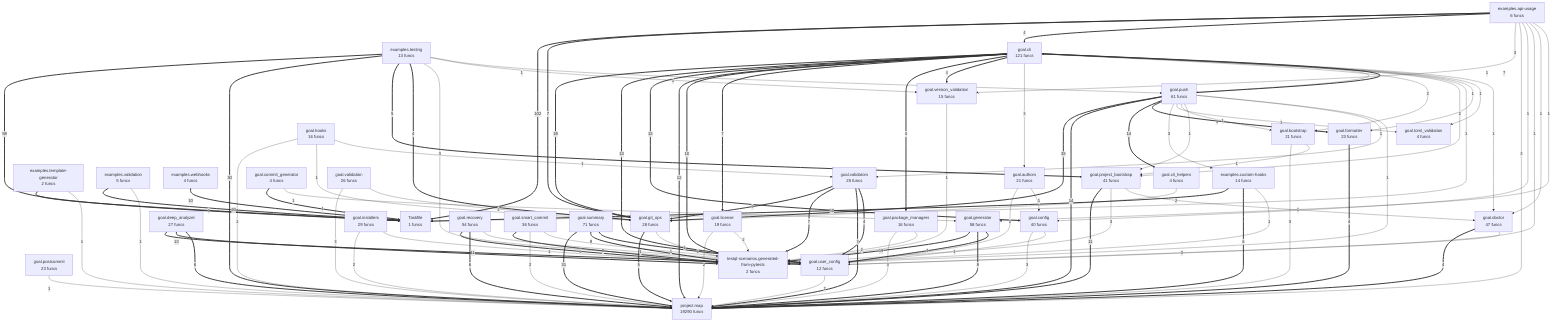
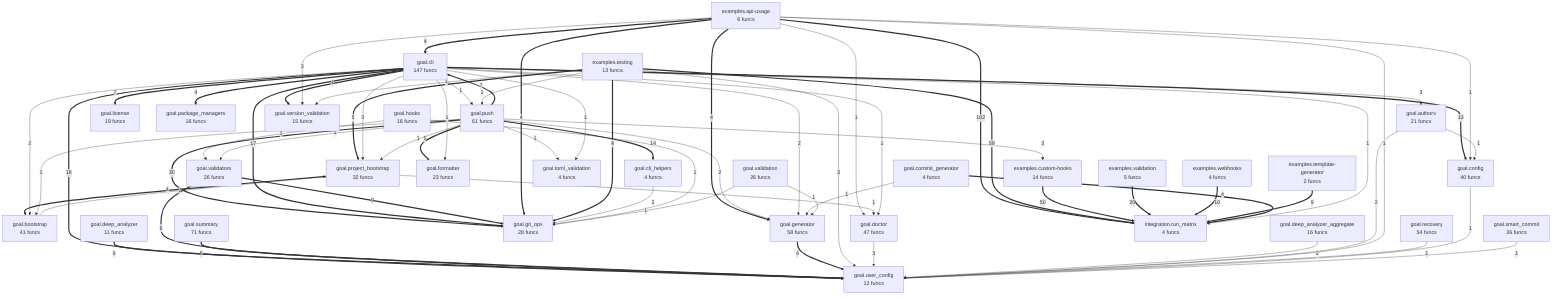
flowchart TD
-     Taskfile["Taskfile<br/>1 funcs"]
+ %% generated in 0.02s
    examples__api_usage["examples.api-usage<br/>6 funcs"]
    examples__custom_hooks["examples.custom-hooks<br/>14 funcs"]
    examples__template_generator["examples.template-generator<br/>2 funcs"]
    examples__testing["examples.testing<br/>13 funcs"]
    examples__validation["examples.validation<br/>5 funcs"]
    examples__webhooks["examples.webhooks<br/>4 funcs"]
    goal__authors["goal.authors<br/>21 funcs"]
-     goal__bootstrap["goal.bootstrap<br/>21 funcs"]
-     goal__cli["goal.cli<br/>121 funcs"]
+     goal__bootstrap["goal.bootstrap<br/>41 funcs"]
+     goal__cli["goal.cli<br/>147 funcs"]
    goal__cli_helpers["goal.cli_helpers<br/>4 funcs"]
    goal__commit_generator["goal.commit_generator<br/>4 funcs"]
    goal__config["goal.config<br/>40 funcs"]
-     goal__deep_analyzer["goal.deep_analyzer<br/>27 funcs"]
+     goal__deep_analyzer["goal.deep_analyzer<br/>11 funcs"]
+     goal__deep_analyzer_aggregate["goal.deep_analyzer_aggregate<br/>16 funcs"]
    goal__doctor["goal.doctor<br/>47 funcs"]
    goal__formatter["goal.formatter<br/>23 funcs"]
    goal__generator["goal.generator<br/>58 funcs"]
    goal__git_ops["goal.git_ops<br/>28 funcs"]
    goal__hooks["goal.hooks<br/>16 funcs"]
-     goal__installers["goal.installers<br/>29 funcs"]
    goal__license["goal.license<br/>19 funcs"]
    goal__package_managers["goal.package_managers<br/>16 funcs"]
-     goal__postcommit["goal.postcommit<br/>23 funcs"]
-     goal__project_bootstrap["goal.project_bootstrap<br/>41 funcs"]
+     goal__project_bootstrap["goal.project_bootstrap<br/>32 funcs"]
    goal__push["goal.push<br/>61 funcs"]
    goal__recovery["goal.recovery<br/>54 funcs"]
    goal__smart_commit["goal.smart_commit<br/>36 funcs"]
    goal__summary["goal.summary<br/>71 funcs"]
    goal__toml_validation["goal.toml_validation<br/>4 funcs"]
    goal__user_config["goal.user_config<br/>12 funcs"]
    goal__validation["goal.validation<br/>26 funcs"]
-     goal__validators["goal.validators<br/>25 funcs"]
+     goal__validators["goal.validators<br/>26 funcs"]
    goal__version_validation["goal.version_validation<br/>15 funcs"]
-     project__map["project.map<br/>19290 funcs"]
-     testql_scenarios__generated_from_pytests["testql-scenarios.generated-from-pytests<br/>2 funcs"]
-     examples__api_usage ==>|102| Taskfile
-     examples__testing ==>|59| Taskfile
-     examples__custom_hooks ==>|50| Taskfile
-     goal__push ==>|33| goal__git_ops
-     goal__summary ==>|31| project__map
-     examples__testing ==>|30| project__map
-     examples__validation ==>|20| Taskfile
-     goal__generator ==>|19| testql_scenarios__generated_from_pytests
-     goal__cli ==>|19| goal__git_ops
-     goal__push ==>|14| project__map
+     integration__run_matrix["integration.run_matrix<br/>4 funcs"]
+     examples__api_usage ==>|102| integration__run_matrix
+     examples__testing ==>|59| integration__run_matrix
+     examples__custom_hooks ==>|50| integration__run_matrix
+     goal__push ==>|30| goal__git_ops
+     examples__validation ==>|20| integration__run_matrix
+     goal__cli ==>|17| goal__git_ops
+     goal__cli ==>|16| goal__user_config
    goal__push ==>|14| goal__cli_helpers
-     goal__cli ==>|13| goal__user_config
    goal__cli ==>|13| goal__config
-     goal__cli ==>|12| project__map
-     goal__deep_analyzer ==>|11| goal__user_config
-     goal__project_bootstrap ==>|11| project__map
-     examples__webhooks ==>|10| Taskfile
-     goal__deep_analyzer ==>|10| testql_scenarios__generated_from_pytests
-     goal__cli ==>|10| testql_scenarios__generated_from_pytests
-     examples__template_generator ==>|9| Taskfile
+     examples__webhooks ==>|10| integration__run_matrix
+     examples__template_generator ==>|9| integration__run_matrix
+     goal__deep_analyzer ==>|9| goal__user_config
    goal__validators ==>|9| goal__git_ops
-     goal__summary ==>|9| testql_scenarios__generated_from_pytests
-     goal__generator ==>|8| project__map
-     goal__smart_commit ==>|8| testql_scenarios__generated_from_pytests
-     examples__api_usage ==>|7| goal__git_ops
-     goal__validators ==>|7| testql_scenarios__generated_from_pytests
-     goal__validators ==>|7| project__map
    goal__push ==>|7| goal__cli
    goal__cli ==>|7| goal__license
-     examples__custom_hooks ==>|6| project__map
-     goal__deep_analyzer ==>|6| project__map
-     goal__recovery ==>|6| testql_scenarios__generated_from_pytests
-     goal__recovery ==>|6| project__map
+     goal__validators ==>|6| goal__user_config
    goal__summary ==>|6| goal__user_config
    examples__testing ==>|5| goal__project_bootstrap
-     goal__git_ops ==>|5| project__map
    goal__push ==>|5| goal__formatter
    examples__api_usage ==>|4| goal__cli
+     goal__commit_generator ==>|4| integration__run_matrix
+     examples__api_usage ==>|4| goal__git_ops
+     examples__api_usage ==>|4| goal__generator
+     goal__generator ==>|4| goal__user_config
+     goal__project_bootstrap ==>|4| goal__bootstrap
+     goal__cli ==>|4| goal__version_validation
+     goal__cli ==>|4| goal__package_managers
    examples__testing ==>|4| goal__git_ops
-     goal__commit_generator ==>|4| Taskfile
-     goal__formatter ==>|4| project__map
-     goal__generator ==>|4| goal__user_config
-     goal__validators ==>|4| goal__user_config
-     goal__cli ==>|4| goal__package_managers
-     goal__cli ==>|4| goal__version_validation
-     goal__doctor ==>|4| project__map
+     examples__testing -->|3| goal__user_config
    examples__api_usage -->|3| goal__version_validation
-     examples__api_usage -->|3| project__map
-     examples__testing -->|3| goal__user_config
-     goal__package_managers -->|3| project__map
    goal__push -->|3| examples__custom_hooks
    goal__cli -->|3| goal__authors
-     goal__config -->|3| project__map
-     goal__validation -->|3| project__map
+     goal__cli -->|3| goal__project_bootstrap
    goal__doctor -->|3| goal__user_config
-     goal__bootstrap -->|3| project__map
-     goal__project_bootstrap -->|3| testql_scenarios__generated_from_pytests
-     goal__user_config -->|2| project__map
-     goal__package_managers -->|2| testql_scenarios__generated_from_pytests
-     goal__hooks -->|2| project__map
-     goal__installers -->|2| project__map
+     goal__cli_helpers -->|2| goal__git_ops
+     goal__deep_analyzer_aggregate -->|2| goal__user_config
+     goal__bootstrap -->|2| goal__project_bootstrap
+     goal__push -->|2| goal__generator
    goal__cli -->|2| goal__bootstrap
-     goal__cli -->|2| goal__project_bootstrap
-     goal__validation -->|2| goal__git_ops
-     goal__smart_commit -->|2| project__map
+     goal__cli -->|2| goal__generator
    goal__authors -->|2| goal__user_config
-     goal__license -->|2| project__map
-     goal__license -->|2| testql_scenarios__generated_from_pytests
-     goal__cli_helpers -->|2| goal__git_ops
-     examples__custom_hooks -->|1| testql_scenarios__generated_from_pytests
    examples__api_usage -->|1| goal__config
    examples__api_usage -->|1| goal__user_config
    examples__api_usage -->|1| goal__doctor
-     examples__api_usage -->|1| goal__generator
-     examples__validation -->|1| project__map
-     examples__template_generator -->|1| project__map
-     examples__testing -->|1| goal__version_validation
-     examples__testing -->|1| goal__push
-     goal__cli -->|1| Taskfile
-     goal__version_validation -->|1| testql_scenarios__generated_from_pytests
+     goal__cli -->|1| integration__run_matrix
    goal__commit_generator -->|1| goal__generator
-     goal__git_ops -->|1| testql_scenarios__generated_from_pytests
    goal__hooks -->|1| goal__git_ops
    goal__hooks -->|1| goal__validators
+     goal__project_bootstrap -->|1| goal__doctor
    goal__recovery -->|1| goal__user_config
    goal__push -->|1| goal__toml_validation
    goal__push -->|1| goal__bootstrap
    goal__push -->|1| goal__project_bootstrap
    goal__push -->|1| goal__validators
-     goal__push -->|1| testql_scenarios__generated_from_pytests
+     goal__cli -->|1| goal__doctor
    goal__cli -->|1| goal__formatter
    goal__cli -->|1| goal__toml_validation
    goal__cli -->|1| goal__push
-     goal__postcommit -->|1| project__map
+     examples__testing -->|1| goal__version_validation
+     examples__testing -->|1| goal__push
+     goal__validation -->|1| goal__git_ops
+     goal__validation -->|1| goal__generator
    goal__config -->|1| goal__user_config
    goal__smart_commit -->|1| goal__user_config
    goal__authors -->|1| goal__config
-     goal__installers -->|1| testql_scenarios__generated_from_pytests
-     goal__cli -->|1| goal__doctor
-     goal__project_bootstrap -->|1| goal__doctor
-     goal__bootstrap -->|1| goal__project_bootstrap
